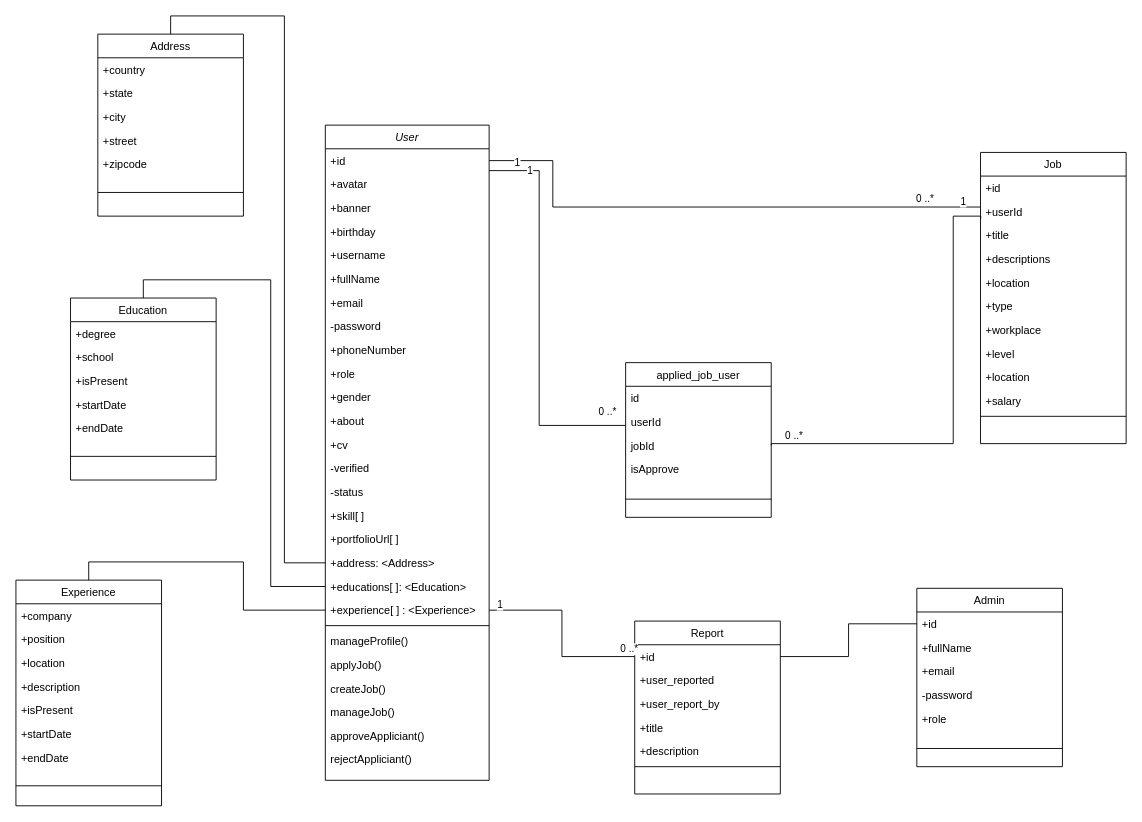
Before: classDiagram.drawio in osenbal/ar.gent-uml, a draw.io diagram. Source tidied: cells renumbered, new cells numbered last; positions are measured from the earlier drawing's top-left corner, leaving out a move shared by most shapes. Both pictures are drawn from the tidied source at 91%, with x=0, y=0 at pixel (15, 34).
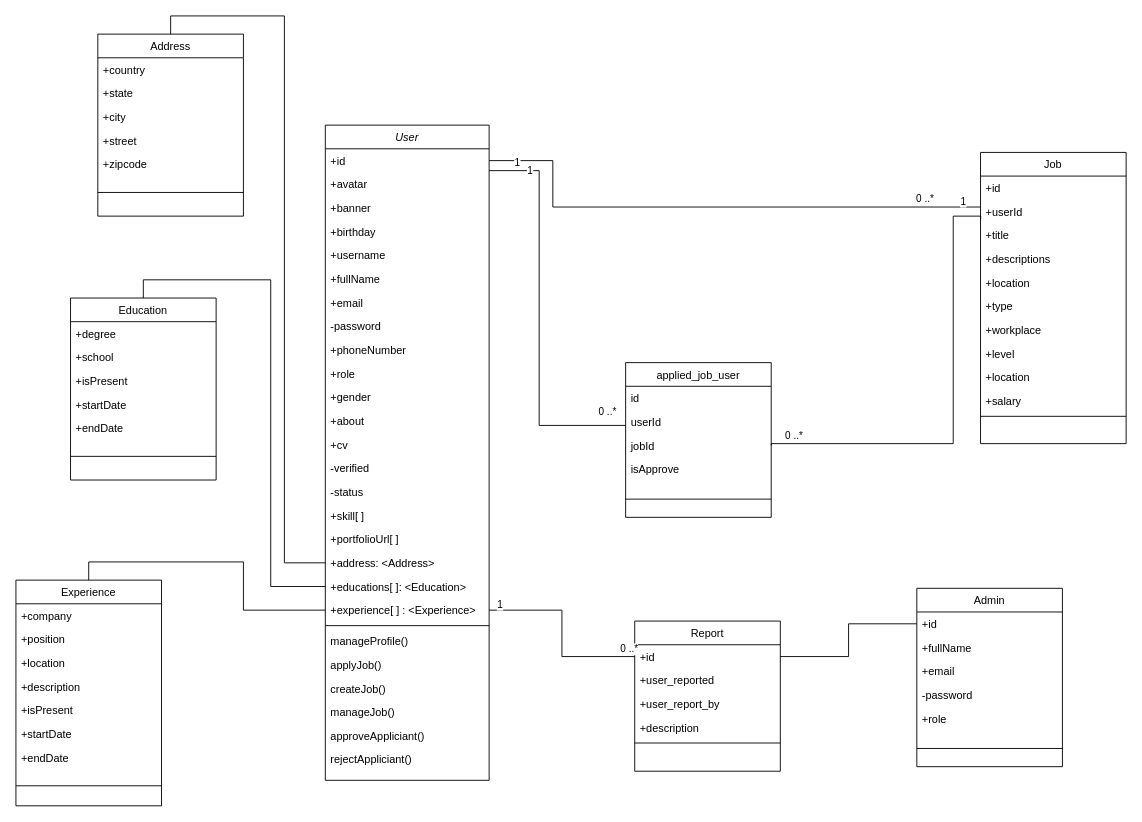
After the change.

The edit, as a diff of the source:
```diff
@@
     <mxCell id="71" value="Report" style="swimlane;fontStyle=0;align=center;verticalAlign=top;horizontal=1;startSize=26;rounded=0;shadow=0;strokeWidth=1;" parent="1" vertex="1">
-      <mxGeometry x="680" y="645" width="160" height="190" as="geometry" />
+      <mxGeometry x="680" y="645" width="160" height="165" as="geometry" />
     </mxCell>
@@
-    <mxCell id="75" value="+title" style="text;align=left;verticalAlign=top;spacingLeft=4;spacingRight=4;overflow=hidden;rounded=0;shadow=0;html=0;" parent="71" vertex="1">
-      <mxGeometry y="104" width="160" height="26" as="geometry" />
-    </mxCell>
     <mxCell id="76" value="+description" style="text;align=left;verticalAlign=top;spacingLeft=4;spacingRight=4;overflow=hidden;rounded=0;shadow=0;html=0;" parent="71" vertex="1">
-      <mxGeometry y="130" width="160" height="26" as="geometry" />
+      <mxGeometry y="104" width="160" height="26" as="geometry" />
     </mxCell>
     <mxCell id="77" style="line;html=1;strokeWidth=1;align=left;verticalAlign=middle;spacingTop=-1;spacingLeft=3;spacingRight=3;labelPosition=right;" parent="71" vertex="1">
-      <mxGeometry y="156" width="160" height="8" as="geometry" />
+      <mxGeometry y="130" width="160" height="8" as="geometry" />
     </mxCell>
```
